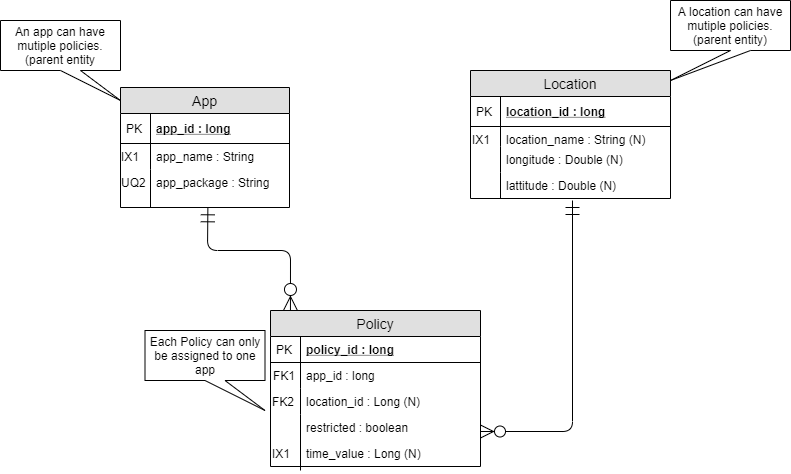
Before: docs/erd.png, a diagram exported from draw.io (TraceDecker/the-watcher). Source tidied: cells renumbered, new cells last; positions are measured from the earlier drawing's top-left corner, leaving out a move shared by most shapes.
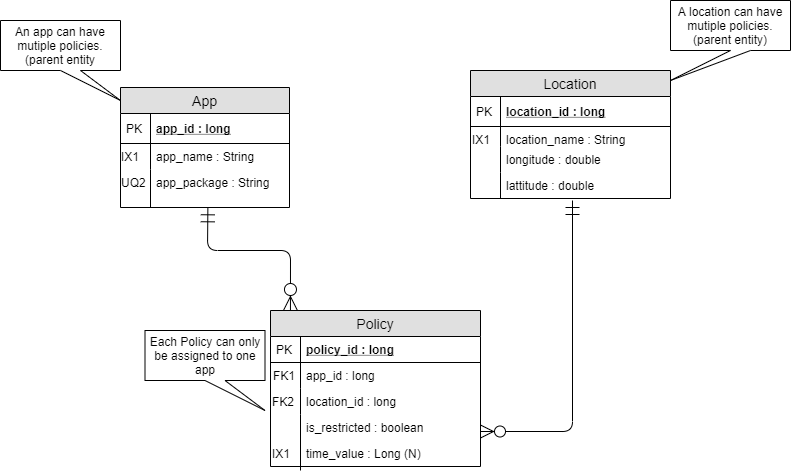
The same diagram one commit later.

The edit, as a diff of the source:
```diff
@@ -32,19 +32,19 @@
     <mxCell id="11" value="PK" style="shape=partialRectangle;top=0;left=0;bottom=0;fillColor=none;align=left;verticalAlign=middle;spacingLeft=4;spacingRight=4;overflow=hidden;fontSize=12;" parent="10" vertex="1">
       <mxGeometry width="30" height="30" as="geometry" />
     </mxCell>
-    <mxCell id="12" value="location_name : String (N)" style="shape=partialRectangle;top=0;left=0;right=0;bottom=0;align=left;verticalAlign=top;fillColor=none;spacingLeft=34;spacingRight=4;overflow=hidden;fontSize=12;" parent="9" vertex="1">
+    <mxCell id="12" value="location_name : String" style="shape=partialRectangle;top=0;left=0;right=0;bottom=0;align=left;verticalAlign=top;fillColor=none;spacingLeft=34;spacingRight=4;overflow=hidden;fontSize=12;" parent="9" vertex="1">
       <mxGeometry y="56" width="200" height="20" as="geometry" />
     </mxCell>
     <mxCell id="13" value="IX1" style="shape=partialRectangle;top=0;left=0;bottom=0;fillColor=none;align=left;verticalAlign=top;spacingLeft=4;spacingRight=4;overflow=hidden;fontSize=12;" parent="12" vertex="1">
       <mxGeometry x="-4" width="34" height="20" as="geometry" />
     </mxCell>
-    <mxCell id="14" value="longitude : Double (N)" style="shape=partialRectangle;top=0;left=0;right=0;bottom=0;align=left;verticalAlign=top;fillColor=none;spacingLeft=34;spacingRight=4;overflow=hidden;fontSize=12;" parent="9" vertex="1">
+    <mxCell id="14" value="longitude : double " style="shape=partialRectangle;top=0;left=0;right=0;bottom=0;align=left;verticalAlign=top;fillColor=none;spacingLeft=34;spacingRight=4;overflow=hidden;fontSize=12;" parent="9" vertex="1">
       <mxGeometry y="76" width="200" height="26" as="geometry" />
     </mxCell>
     <mxCell id="15" style="shape=partialRectangle;top=0;left=0;bottom=0;fillColor=none;align=left;verticalAlign=top;spacingLeft=4;spacingRight=4;overflow=hidden;fontSize=12;" parent="14" vertex="1">
       <mxGeometry x="-4" width="34" height="26" as="geometry" />
     </mxCell>
-    <mxCell id="16" value="lattitude : Double (N)" style="shape=partialRectangle;top=0;left=0;right=0;bottom=0;align=left;verticalAlign=top;fillColor=none;spacingLeft=34;spacingRight=4;overflow=hidden;fontSize=12;" parent="9" vertex="1">
+    <mxCell id="16" value="lattitude : double" style="shape=partialRectangle;top=0;left=0;right=0;bottom=0;align=left;verticalAlign=top;fillColor=none;spacingLeft=34;spacingRight=4;overflow=hidden;fontSize=12;" parent="9" vertex="1">
       <mxGeometry y="102" width="200" height="26" as="geometry" />
     </mxCell>
     <mxCell id="17" style="shape=partialRectangle;top=0;left=0;bottom=0;fillColor=none;align=left;verticalAlign=top;spacingLeft=4;spacingRight=4;overflow=hidden;fontSize=12;" parent="16" vertex="1">
@@ -65,13 +65,13 @@
     <mxCell id="22" value="FK1" style="shape=partialRectangle;top=0;left=0;bottom=0;fillColor=none;align=left;verticalAlign=top;spacingLeft=4;spacingRight=4;overflow=hidden;fontSize=12;" parent="21" vertex="1">
       <mxGeometry x="-3" width="33" height="26" as="geometry" />
     </mxCell>
-    <mxCell id="23" value="location_id : Long (N)" style="shape=partialRectangle;top=0;left=0;right=0;bottom=0;align=left;verticalAlign=top;fillColor=none;spacingLeft=34;spacingRight=4;overflow=hidden;fontSize=12;" parent="18" vertex="1">
+    <mxCell id="23" value="location_id : long" style="shape=partialRectangle;top=0;left=0;right=0;bottom=0;align=left;verticalAlign=top;fillColor=none;spacingLeft=34;spacingRight=4;overflow=hidden;fontSize=12;" parent="18" vertex="1">
       <mxGeometry y="78" width="210" height="26" as="geometry" />
     </mxCell>
     <mxCell id="24" value="FK2" style="shape=partialRectangle;top=0;left=0;bottom=0;fillColor=none;align=left;verticalAlign=top;spacingLeft=4;spacingRight=4;overflow=hidden;fontSize=12;" parent="23" vertex="1">
       <mxGeometry x="-4" width="34" height="26" as="geometry" />
     </mxCell>
-    <mxCell id="25" value="restricted : boolean" style="shape=partialRectangle;top=0;left=0;right=0;bottom=0;align=left;verticalAlign=top;fillColor=none;spacingLeft=34;spacingRight=4;overflow=hidden;fontSize=12;" parent="18" vertex="1">
+    <mxCell id="25" value="is_restricted : boolean" style="shape=partialRectangle;top=0;left=0;right=0;bottom=0;align=left;verticalAlign=top;fillColor=none;spacingLeft=34;spacingRight=4;overflow=hidden;fontSize=12;" parent="18" vertex="1">
       <mxGeometry y="104" width="210" height="32" as="geometry" />
     </mxCell>
     <mxCell id="26" style="shape=partialRectangle;top=0;left=0;bottom=0;fillColor=none;align=left;verticalAlign=top;spacingLeft=4;spacingRight=4;overflow=hidden;fontSize=12;" parent="25" vertex="1">
```
